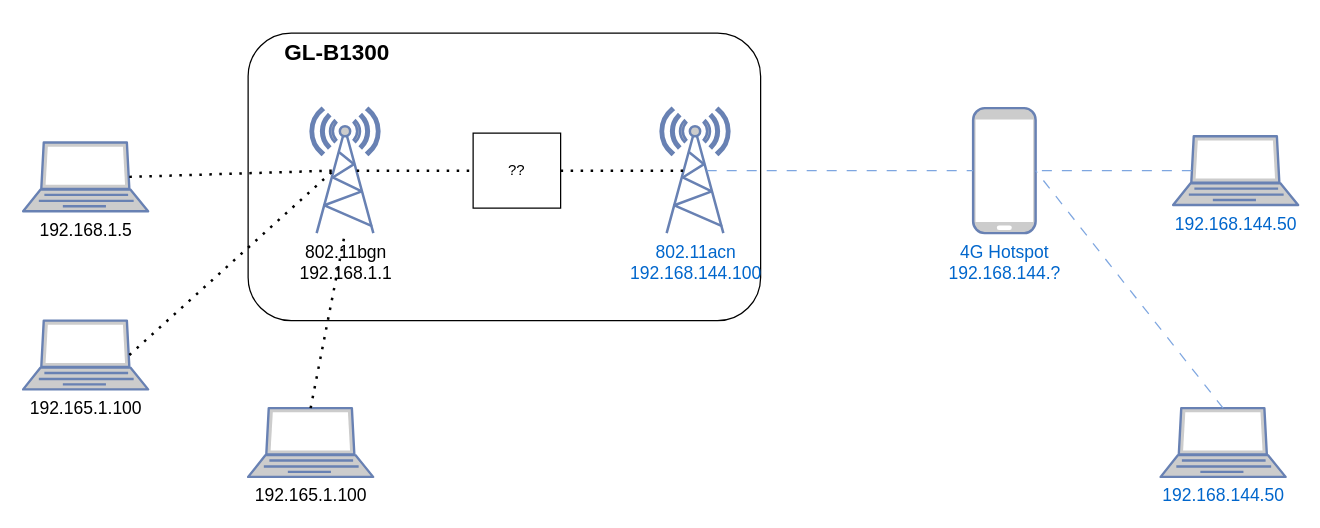
Earlier version of the draw.io diagram Unbenanntes Diagramm.drawio (ywiyogo/drawio-sketch). Source tidied: cells renumbered, new cells numbered last; positions are measured from the earlier drawing's top-left corner, leaving out a move shared by most shapes. Both pictures are drawn from the tidied source at 125%, with x=0, y=0 at pixel (22, 32).
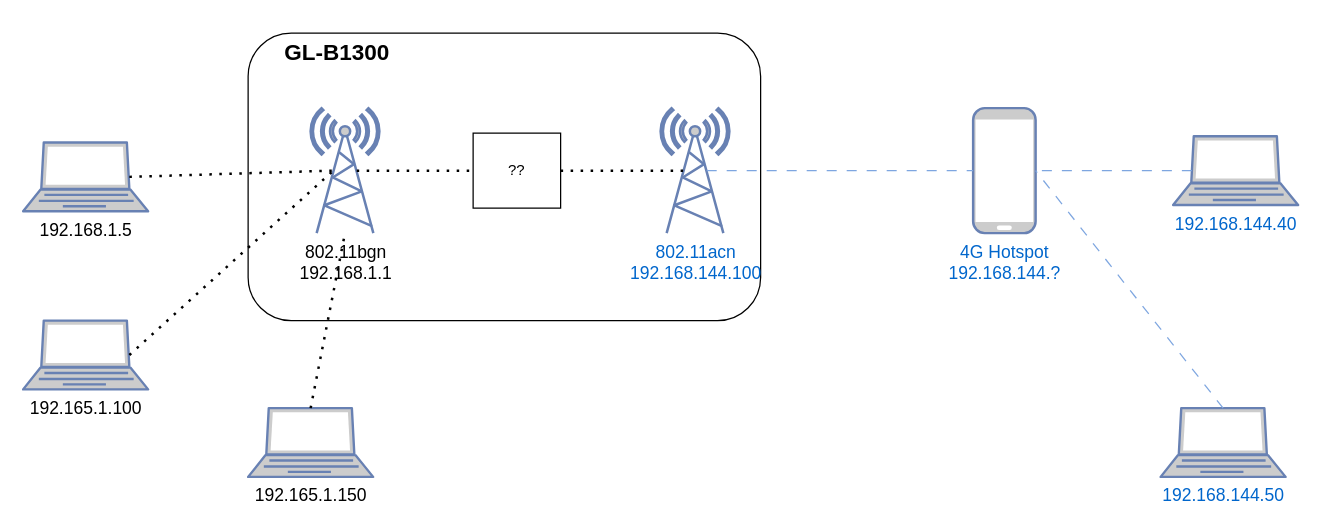
The same diagram, later.

Diff of the diagram source:
```diff
@@
-    <mxCell id="17" value="&lt;font style=&quot;font-size: 14px;&quot;&gt;192.168.144.50&lt;/font&gt;" style="fontColor=#0066CC;verticalAlign=top;verticalLabelPosition=bottom;labelPosition=center;align=center;html=1;outlineConnect=0;fillColor=#CCCCCC;strokeColor=#6881B3;gradientColor=none;gradientDirection=north;strokeWidth=2;shape=mxgraph.networks.laptop;" parent="1" vertex="1">
+    <mxCell id="17" value="&lt;font style=&quot;font-size: 14px;&quot;&gt;192.168.144.40&lt;/font&gt;" style="fontColor=#0066CC;verticalAlign=top;verticalLabelPosition=bottom;labelPosition=center;align=center;html=1;outlineConnect=0;fillColor=#CCCCCC;strokeColor=#6881B3;gradientColor=none;gradientDirection=north;strokeWidth=2;shape=mxgraph.networks.laptop;" parent="1" vertex="1">
       <mxGeometry x="920" y="82.5" width="100" height="55" as="geometry" />
     </mxCell>
@@
-    <mxCell id="19" value="&lt;font color=&quot;#000000&quot; style=&quot;font-size: 14px;&quot;&gt;192.165.1.100&lt;/font&gt;" style="fontColor=#0066CC;verticalAlign=top;verticalLabelPosition=bottom;labelPosition=center;align=center;html=1;outlineConnect=0;fillColor=#CCCCCC;strokeColor=#6881B3;gradientColor=none;gradientDirection=north;strokeWidth=2;shape=mxgraph.networks.laptop;" parent="1" vertex="1">
+    <mxCell id="19" value="&lt;font color=&quot;#000000&quot; style=&quot;font-size: 14px;&quot;&gt;192.165.1.150&lt;/font&gt;" style="fontColor=#0066CC;verticalAlign=top;verticalLabelPosition=bottom;labelPosition=center;align=center;html=1;outlineConnect=0;fillColor=#CCCCCC;strokeColor=#6881B3;gradientColor=none;gradientDirection=north;strokeWidth=2;shape=mxgraph.networks.laptop;" parent="1" vertex="1">
       <mxGeometry x="180" y="300" width="100" height="55" as="geometry" />
     </mxCell>
```
